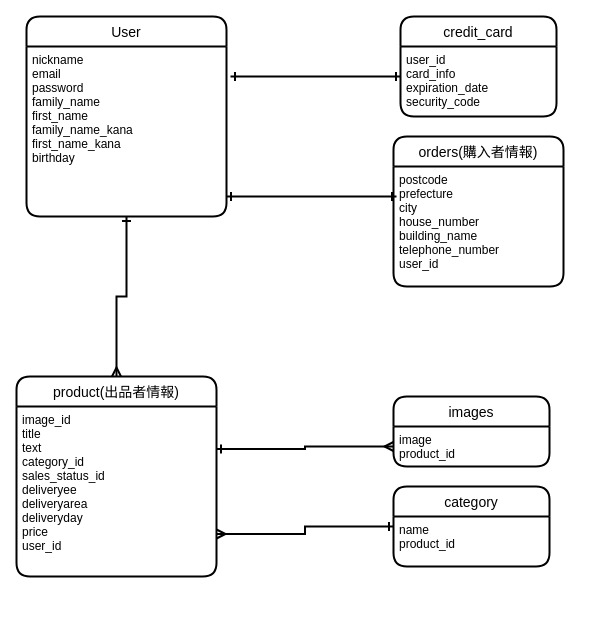
Above: test.dio in zumi1219/furima-28161 (draw.io), before the change. Source tidied: cells renumbered, new cells numbered last; positions are measured from the earlier drawing's top-left corner, leaving out a move shared by most shapes. Both pictures are drawn from the tidied source at 100%, with x=0, y=0 at pixel (16, 16).
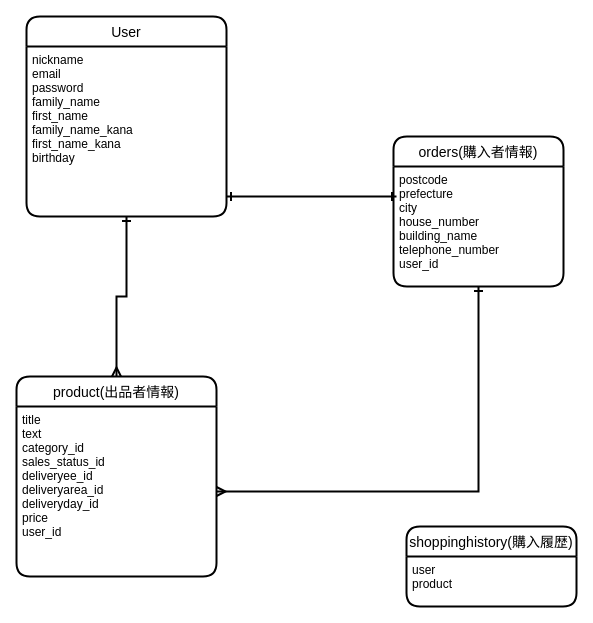
The same diagram, later.

The change refers to these unchanged cells:
```xml
<mxCell id="10" value="postcode&#10;prefecture&#10;city&#10;house_number&#10;building_name&#10;telephone_number&#10;user_id" style="align=left;strokeColor=none;fillColor=none;spacingLeft=4;fontSize=12;verticalAlign=top;" parent="9" vertex="1">
  <mxGeometry y="30" width="170" height="120" as="geometry" />
</mxCell>
<mxCell id="18" value="product(出品者情報)" style="swimlane;horizontal=1;startSize=30;rounded=1;fontSize=14;fontStyle=0;strokeWidth=2;shadow=0;dashed=0;align=center;fontFamily=Helvetica;" parent="1" vertex="1">
  <mxGeometry y="360" width="200" height="200" as="geometry" />
</mxCell>
```

What changed in the source:
```diff
@@
-    <mxCell id="6" value="credit_card" style="swimlane;horizontal=1;startSize=30;rounded=1;fontSize=14;fontStyle=0;strokeWidth=2;shadow=0;dashed=0;align=center;fontFamily=Helvetica;" parent="1" vertex="1">
-      <mxGeometry x="384" width="156" height="100" as="geometry" />
-    </mxCell>
-    <mxCell id="7" value="user_id&#10;card_info&#10;expiration_date&#10;security_code" style="align=left;strokeColor=none;fillColor=none;spacingLeft=4;fontSize=12;verticalAlign=top;" parent="6" vertex="1">
-      <mxGeometry y="30" width="156" height="70" as="geometry" />
-    </mxCell>
-    <mxCell id="8" style="edgeStyle=orthogonalEdgeStyle;rounded=0;orthogonalLoop=1;jettySize=auto;html=1;exitX=1;exitY=0.25;exitDx=0;exitDy=0;fontFamily=Helvetica;fontSize=13;startArrow=ERone;startFill=0;endArrow=ERone;endFill=0;strokeWidth=2;" parent="1" edge="1">
-      <mxGeometry relative="1" as="geometry">
-        <mxPoint x="214" y="60" as="sourcePoint" />
-        <mxPoint x="384" y="60" as="targetPoint" />
-        <Array as="points">
-          <mxPoint x="234" y="60" />
-          <mxPoint x="234" y="60" />
-        </Array>
-      </mxGeometry>
-    </mxCell>
@@
-    <mxCell id="12" value="images" style="swimlane;horizontal=1;startSize=30;rounded=1;fontSize=14;fontStyle=0;strokeWidth=2;shadow=0;dashed=0;align=center;fontFamily=Helvetica;" parent="1" vertex="1">
-      <mxGeometry x="377" y="380" width="156" height="70" as="geometry" />
-    </mxCell>
-    <mxCell id="13" value="image&#10;product_id" style="align=left;strokeColor=none;fillColor=none;spacingLeft=4;fontSize=12;verticalAlign=top;" parent="12" vertex="1">
-      <mxGeometry y="30" width="156" height="40" as="geometry" />
-    </mxCell>
-    <mxCell id="14" style="edgeStyle=orthogonalEdgeStyle;rounded=0;jettySize=auto;html=1;exitX=1;exitY=0.25;exitDx=0;exitDy=0;entryX=0;entryY=0.5;entryDx=0;entryDy=0;startArrow=ERone;startFill=0;endArrow=ERmany;endFill=0;strokeColor=#000000;strokeWidth=2;fontFamily=Helvetica;fontSize=13;" parent="1" edge="1" source="19" target="13">
-      <mxGeometry relative="1" as="geometry" />
-    </mxCell>
-    <mxCell id="15" value="category" style="swimlane;horizontal=1;startSize=30;rounded=1;fontSize=14;fontStyle=0;strokeWidth=2;shadow=0;dashed=0;align=center;fontFamily=Helvetica;" parent="1" vertex="1">
-      <mxGeometry x="377" y="470" width="156" height="80" as="geometry" />
-    </mxCell>
-    <mxCell id="16" value="name&#10;product_id" style="align=left;strokeColor=none;fillColor=none;spacingLeft=4;fontSize=12;verticalAlign=top;" parent="15" vertex="1">
-      <mxGeometry y="30" width="156" height="50" as="geometry" />
-    </mxCell>
-    <mxCell id="17" style="edgeStyle=orthogonalEdgeStyle;rounded=0;jettySize=auto;html=1;exitX=1;exitY=0.75;exitDx=0;exitDy=0;entryX=0;entryY=0.5;entryDx=0;entryDy=0;startArrow=ERmany;startFill=0;endArrow=ERone;endFill=0;strokeColor=#000000;strokeWidth=2;fontFamily=Helvetica;fontSize=13;" parent="1" edge="1" source="19" target="15">
-      <mxGeometry relative="1" as="geometry" />
-    </mxCell>
@@
-    <mxCell id="19" value="image_id&#10;title&#10;text&#10;category_id&#10;sales_status_id&#10;deliveryee&#10;deliveryarea&#10;deliveryday&#10;price&#10;user_id" style="align=left;strokeColor=none;fillColor=none;spacingLeft=4;fontSize=12;verticalAlign=top;" parent="18" vertex="1">
+    <mxCell id="19" value="title&#10;text&#10;category_id&#10;sales_status_id&#10;deliveryee_id&#10;deliveryarea_id&#10;deliveryday_id&#10;price&#10;user_id" style="align=left;strokeColor=none;fillColor=none;spacingLeft=4;fontSize=12;verticalAlign=top;" parent="18" vertex="1">
       <mxGeometry y="30" width="200" height="170" as="geometry" />
     </mxCell>
+    <mxCell id="20" style="edgeStyle=orthogonalEdgeStyle;rounded=0;jettySize=auto;html=1;exitX=1;exitY=0.5;exitDx=0;exitDy=0;entryX=0.5;entryY=1;entryDx=0;entryDy=0;startArrow=ERmany;startFill=0;endArrow=ERone;endFill=0;strokeColor=#000000;strokeWidth=2;fontFamily=Helvetica;fontSize=13;" parent="1" edge="1" source="19" target="10">
+      <mxGeometry relative="1" as="geometry" />
+    </mxCell>
+    <mxCell id="21" value="shoppinghistory(購入履歴)" style="swimlane;horizontal=1;startSize=30;rounded=1;fontSize=14;fontStyle=0;strokeWidth=2;shadow=0;dashed=0;align=center;fontFamily=Helvetica;" parent="1" vertex="1">
+      <mxGeometry x="390" y="510" width="170" height="80" as="geometry" />
+    </mxCell>
+    <mxCell id="22" value="user&#10;product" style="align=left;strokeColor=none;fillColor=none;spacingLeft=4;fontSize=12;verticalAlign=top;" parent="21" vertex="1">
+      <mxGeometry y="30" width="170" height="50" as="geometry" />
+    </mxCell>
+    <mxCell id="23" style="edgeStyle=orthogonalEdgeStyle;rounded=0;orthogonalLoop=1;jettySize=auto;html=1;exitX=0.5;exitY=1;exitDx=0;exitDy=0;startArrow=ERmany;startFill=0;endArrow=ERone;endFill=0;strokeColor=#000000;strokeWidth=2;fontFamily=Helvetica;fontSize=13;" parent="21" edge="1" source="22" target="22">
+      <mxGeometry relative="1" as="geometry" />
+    </mxCell>
```
